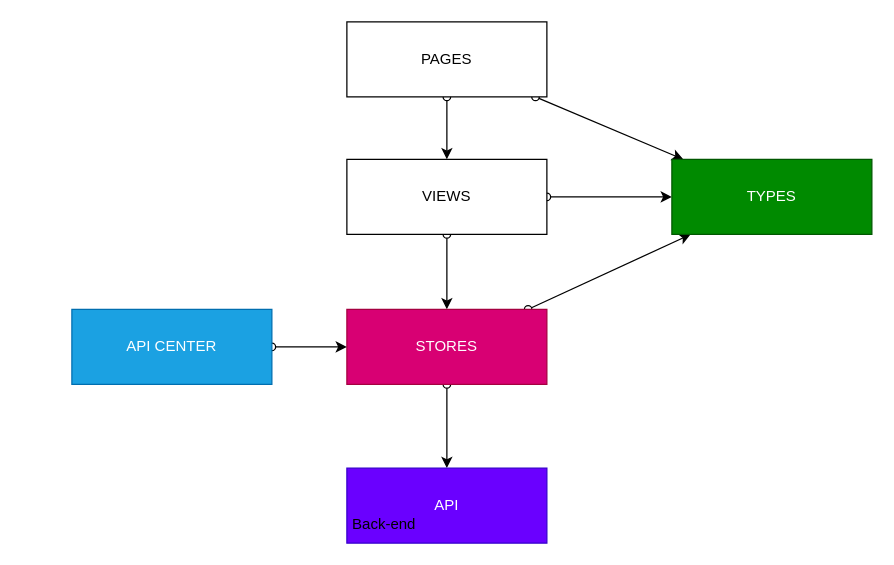
sigespweb22/boxapp-api keeps this draw.io diagram as page "Modelo de criação de telas" (13 of 13) of docs/draws/BoxApp.drawio. Above is the earlier version. Source tidied: cells renumbered, new cells numbered last; positions are measured from the earlier drawing's top-left corner, leaving out a move shared by most shapes. Both pictures are drawn from the tidied source at 125%, with x=0, y=0 at pixel (71, 21).
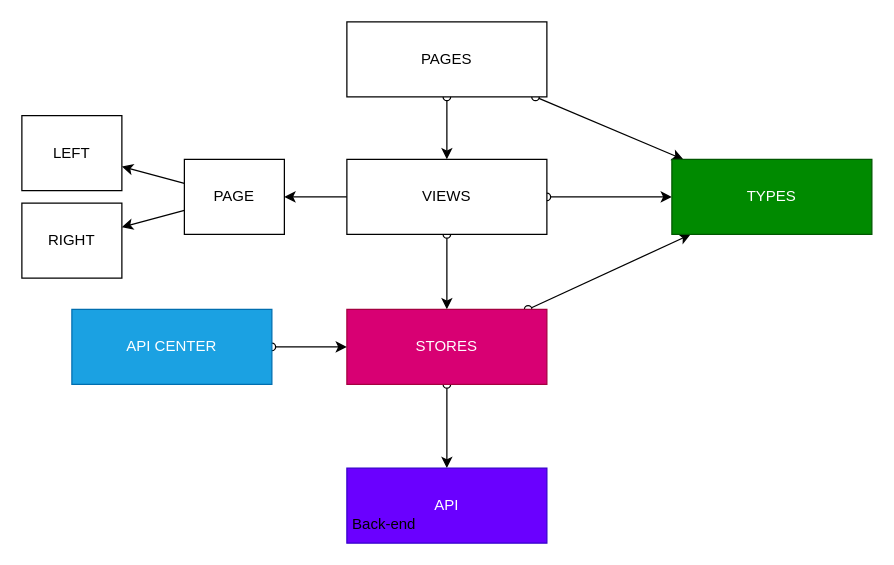
The same page after the edit.

The change refers to these unchanged cells:
```xml
<mxCell id="7" value="VIEWS" style="rounded=0;whiteSpace=wrap;html=1;" parent="1" vertex="1">
  <mxGeometry x="220" y="110" width="160" height="60" as="geometry" />
</mxCell>
```

Change to the diagram source:
```diff
@@
+    <mxCell id="16" style="edgeStyle=none;html=1;entryX=1;entryY=0.5;entryDx=0;entryDy=0;" parent="1" edge="1" source="7" target="19">
+      <mxGeometry relative="1" as="geometry" />
+    </mxCell>
@@
+    <mxCell id="17" style="edgeStyle=none;html=1;" parent="1" edge="1" source="19" target="20">
+      <mxGeometry relative="1" as="geometry" />
+    </mxCell>
+    <mxCell id="18" style="edgeStyle=none;html=1;" parent="1" edge="1" source="19" target="21">
+      <mxGeometry relative="1" as="geometry" />
+    </mxCell>
+    <mxCell id="19" value="PAGE" style="rounded=0;whiteSpace=wrap;html=1;" parent="1" vertex="1">
+      <mxGeometry x="90" y="110" width="80" height="60" as="geometry" />
+    </mxCell>
+    <mxCell id="20" value="LEFT" style="rounded=0;whiteSpace=wrap;html=1;" parent="1" vertex="1">
+      <mxGeometry x="-40" y="75" width="80" height="60" as="geometry" />
+    </mxCell>
+    <mxCell id="21" value="RIGHT" style="rounded=0;whiteSpace=wrap;html=1;" parent="1" vertex="1">
+      <mxGeometry x="-40" y="145" width="80" height="60" as="geometry" />
+    </mxCell>
```
